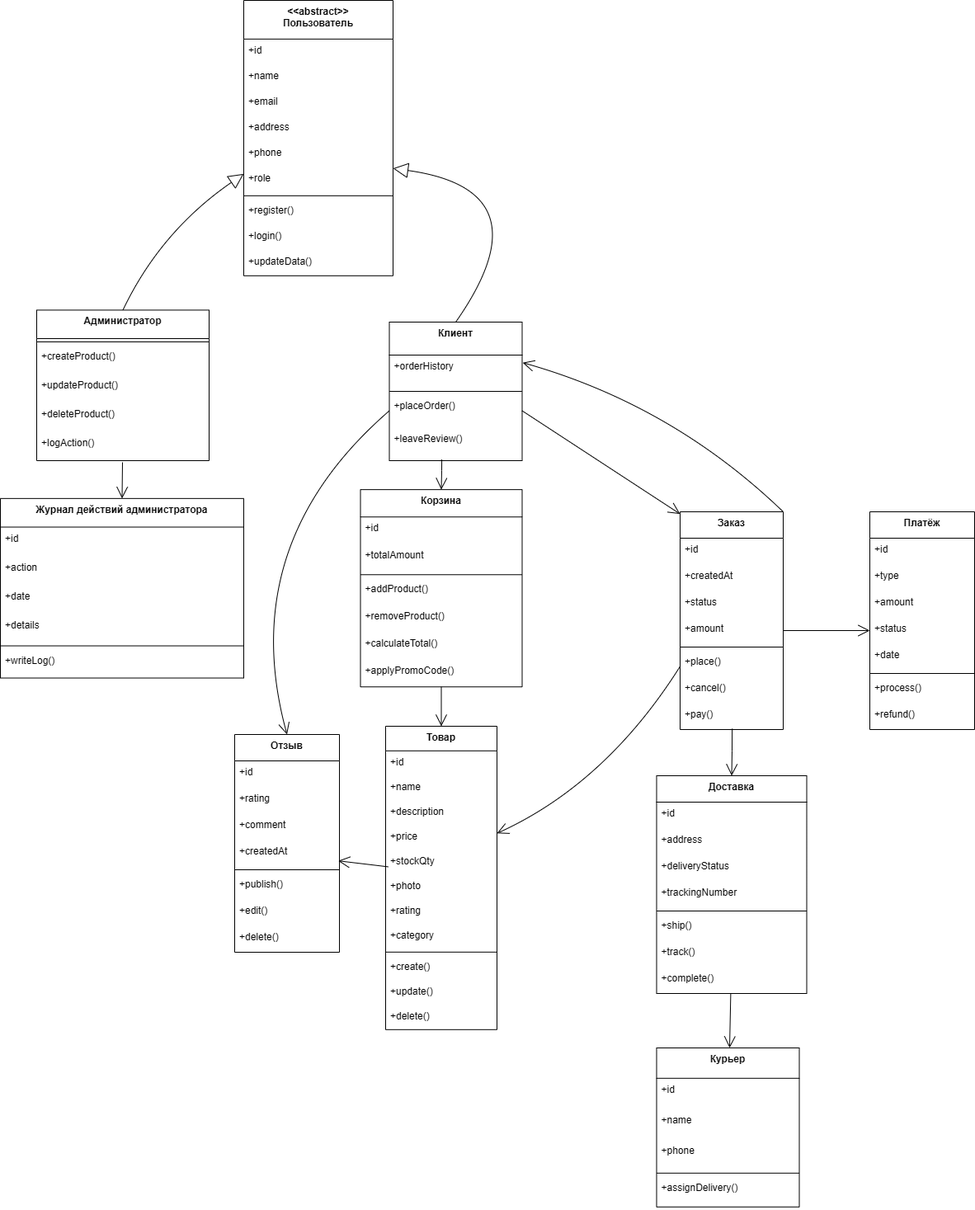
Before: Module11-homework1.drawio.png, a diagram exported from draw.io (LoadOnnik/Module11-homework). Source tidied: cells renumbered, new cells last; positions are measured from the earlier drawing's top-left corner, leaving out a move shared by most shapes.
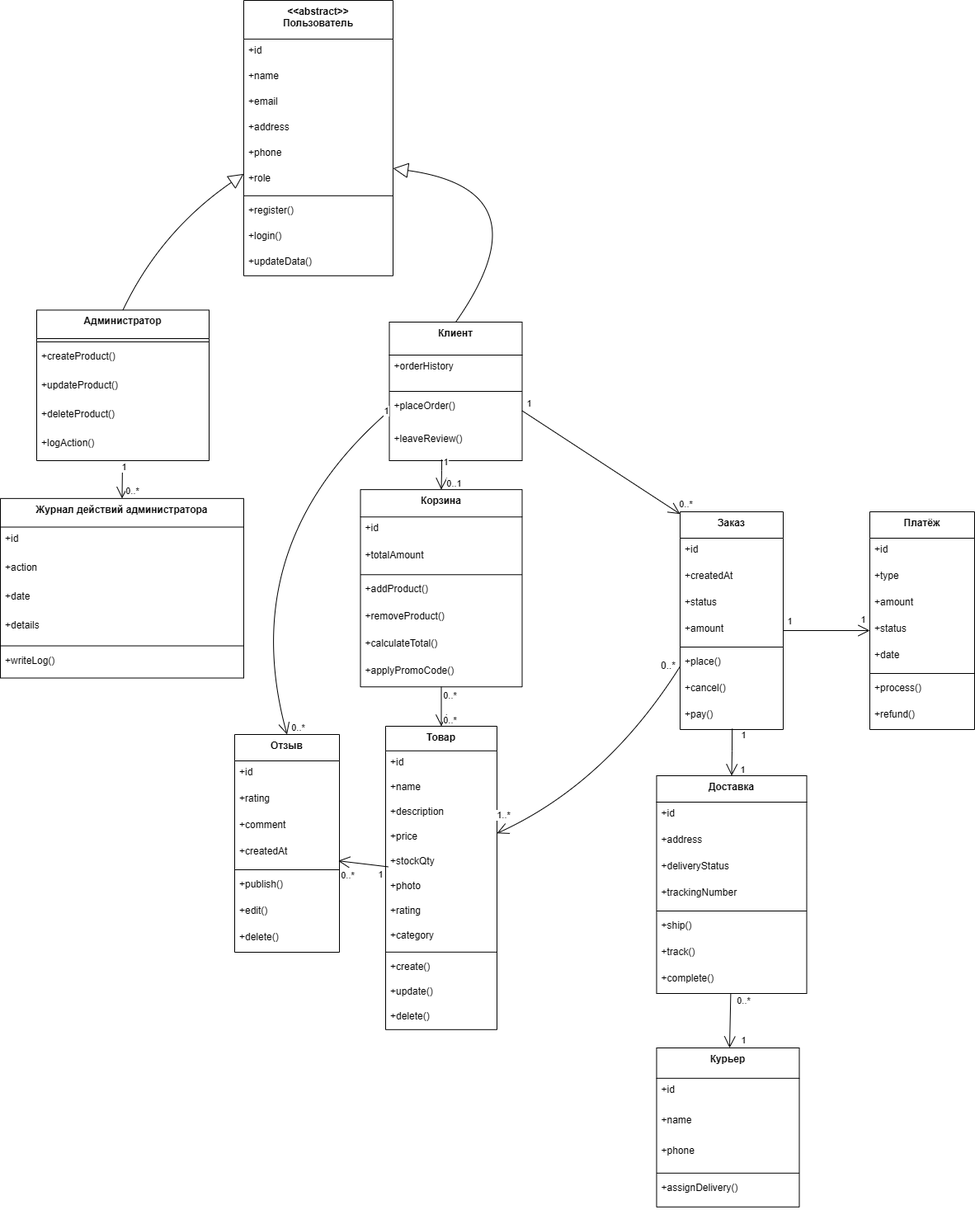
After the commit.

The edit, as a diff of the source:
```diff
@@ -295,6 +295,16 @@
     <mxCell id="96" style="curved=1;startArrow=none;endArrow=open;endSize=12;exitX=1;exitY=0.64;entryX=0;entryY=0.01;rounded=0;" parent="1" edge="1" source="13" target="45">
       <mxGeometry relative="1" as="geometry" />
     </mxCell>
+    <mxCell id="107" value="1" style="edgeLabel;html=1;align=center;verticalAlign=middle;" parent="96" vertex="1">
+      <mxGeometry x="-0.92" y="1" relative="1" as="geometry">
+        <mxPoint y="-13" as="offset" />
+      </mxGeometry>
+    </mxCell>
+    <mxCell id="108" value="0..*" style="edgeLabel;html=1;align=center;verticalAlign=middle;" parent="96" vertex="1">
+      <mxGeometry x="0.91" y="-1" relative="1" as="geometry">
+        <mxPoint x="15" y="-8" as="offset" />
+      </mxGeometry>
+    </mxCell>
     <mxCell id="97" style="curved=1;startArrow=none;endArrow=open;endSize=12;exitX=0.395;exitY=0.963;entryX=0.5;entryY=0;rounded=0;exitDx=0;exitDy=0;exitPerimeter=0;" parent="1" edge="1" source="17" target="37">
       <mxGeometry relative="1" as="geometry">
         <Array as="points">
@@ -302,6 +312,16 @@
         </Array>
       </mxGeometry>
     </mxCell>
+    <mxCell id="109" value="1" style="edgeLabel;html=1;align=center;verticalAlign=middle;" parent="97" vertex="1">
+      <mxGeometry x="-0.06" y="-1" relative="1" as="geometry">
+        <mxPoint x="6" y="-14" as="offset" />
+      </mxGeometry>
+    </mxCell>
+    <mxCell id="110" value="0..1" style="edgeLabel;html=1;align=center;verticalAlign=middle;" parent="97" vertex="1">
+      <mxGeometry x="0.58" y="1" relative="1" as="geometry">
+        <mxPoint x="14" as="offset" />
+      </mxGeometry>
+    </mxCell>
     <mxCell id="98" style="curved=1;startArrow=none;endArrow=open;endSize=12;exitX=0;exitY=0.64;entryX=0.5;entryY=0;rounded=0;entryDx=0;entryDy=0;" parent="1" edge="1" source="13" target="78">
       <mxGeometry x="0.25" y="137" relative="1" as="geometry">
         <Array as="points">
@@ -309,24 +329,45 @@
         </Array>
       </mxGeometry>
     </mxCell>
+    <mxCell id="111" value="1" style="edgeLabel;html=1;align=center;verticalAlign=middle;" parent="98" vertex="1">
+      <mxGeometry x="-0.9" y="1" relative="1" as="geometry">
+        <mxPoint x="13" y="-16" as="offset" />
+      </mxGeometry>
+    </mxCell>
+    <mxCell id="112" value="0..*" style="edgeLabel;html=1;align=center;verticalAlign=middle;" parent="98" vertex="1">
+      <mxGeometry x="0.96" y="1" relative="1" as="geometry">
+        <mxPoint x="14" as="offset" />
+      </mxGeometry>
+    </mxCell>
     <mxCell id="99" style="curved=1;startArrow=none;endArrow=open;endSize=12;rounded=0;entryX=0.5;entryY=0;entryDx=0;entryDy=0;" parent="1" edge="1" target="87">
       <mxGeometry x="-0.07" y="-20" relative="1" as="geometry">
         <mxPoint x="148" y="560" as="sourcePoint" />
       </mxGeometry>
     </mxCell>
+    <mxCell id="113" value="1" style="edgeLabel;html=1;align=center;verticalAlign=middle;" parent="99" vertex="1">
+      <mxGeometry x="-0.78" y="2" relative="1" as="geometry" />
+    </mxCell>
+    <mxCell id="114" value="0..*" style="edgeLabel;html=1;align=center;verticalAlign=middle;" parent="99" vertex="1">
+      <mxGeometry x="0.59" y="-1" relative="1" as="geometry">
+        <mxPoint x="13" as="offset" />
+      </mxGeometry>
+    </mxCell>
     <mxCell id="100" style="curved=1;startArrow=none;endArrow=open;endSize=12;exitX=0.022;exitY=0.686;entryX=0.988;entryY=0.787;rounded=0;entryDx=0;entryDy=0;exitDx=0;exitDy=0;exitPerimeter=0;entryPerimeter=0;" parent="1" edge="1" source="29" target="82">
       <mxGeometry relative="1" as="geometry" />
     </mxCell>
+    <mxCell id="115" value="1" style="edgeLabel;html=1;align=center;verticalAlign=middle;" parent="100" vertex="1">
+      <mxGeometry x="-0.5" relative="1" as="geometry">
+        <mxPoint x="5" y="11" as="offset" />
+      </mxGeometry>
+    </mxCell>
+    <mxCell id="116" value="0..*" style="edgeLabel;html=1;align=center;verticalAlign=middle;" parent="100" vertex="1">
+      <mxGeometry x="0.66" y="1" relative="1" as="geometry">
+        <mxPoint y="15" as="offset" />
+      </mxGeometry>
+    </mxCell>
     <mxCell id="101" style="curved=1;startArrow=none;endArrow=open;endSize=12;exitX=0.5;exitY=1;entryX=0.5;entryY=0;rounded=0;" parent="1" edge="1" source="37" target="24">
       <mxGeometry relative="1" as="geometry" />
     </mxCell>
-    <mxCell id="102" style="curved=1;startArrow=none;endArrow=open;endSize=12;exitX=1;exitY=0;entryX=1.004;entryY=0.23;rounded=0;entryDx=0;entryDy=0;entryPerimeter=0;exitDx=0;exitDy=0;" parent="1" edge="1" source="45" target="14">
-      <mxGeometry relative="1" as="geometry">
-        <Array as="points">
-          <mxPoint x="814" y="490" />
-        </Array>
-      </mxGeometry>
-    </mxCell>
     <mxCell id="103" style="curved=1;startArrow=none;endArrow=open;endSize=12;exitX=0;exitY=0.71;entryX=1.01;entryY=0.35;rounded=0;" parent="1" edge="1" source="45" target="24">
       <mxGeometry relative="1" as="geometry">
         <Array as="points">
@@ -334,9 +375,24 @@
         </Array>
       </mxGeometry>
     </mxCell>
+    <mxCell id="117" value="1..*" style="edgeLabel;html=1;align=center;verticalAlign=middle;" parent="103" vertex="1">
+      <mxGeometry x="0.87" y="-1" relative="1" as="geometry">
+        <mxPoint x="-10" y="-13" as="offset" />
+      </mxGeometry>
+    </mxCell>
     <mxCell id="104" style="curved=1;startArrow=none;endArrow=open;endSize=12;exitX=1;exitY=0.5;entryX=0;entryY=0.5;rounded=0;exitDx=0;exitDy=0;entryDx=0;entryDy=0;" parent="1" edge="1" source="49" target="58">
       <mxGeometry relative="1" as="geometry" />
     </mxCell>
+    <mxCell id="118" value="1" style="edgeLabel;html=1;align=center;verticalAlign=middle;" parent="104" vertex="1">
+      <mxGeometry x="-0.86" y="-2" relative="1" as="geometry">
+        <mxPoint y="-14" as="offset" />
+      </mxGeometry>
+    </mxCell>
+    <mxCell id="119" value="1" style="edgeLabel;html=1;align=center;verticalAlign=middle;" parent="104" vertex="1">
+      <mxGeometry x="0.82" y="-1" relative="1" as="geometry">
+        <mxPoint y="-15" as="offset" />
+      </mxGeometry>
+    </mxCell>
     <mxCell id="105" style="curved=1;startArrow=none;endArrow=open;endSize=12;exitX=0.505;exitY=0.967;entryX=0.5;entryY=0;rounded=0;exitDx=0;exitDy=0;exitPerimeter=0;" parent="1" edge="1" source="53" target="63">
       <mxGeometry relative="1" as="geometry">
         <Array as="points">
@@ -344,11 +400,47 @@
         </Array>
       </mxGeometry>
     </mxCell>
+    <mxCell id="120" value="1" style="edgeLabel;html=1;align=center;verticalAlign=middle;" parent="105" vertex="1">
+      <mxGeometry x="-0.28" relative="1" as="geometry">
+        <mxPoint x="13" y="-13" as="offset" />
+      </mxGeometry>
+    </mxCell>
+    <mxCell id="121" value="1" style="edgeLabel;html=1;align=center;verticalAlign=middle;" parent="105" vertex="1">
+      <mxGeometry x="0.74" y="1" relative="1" as="geometry">
+        <mxPoint x="12" as="offset" />
+      </mxGeometry>
+    </mxCell>
     <mxCell id="106" style="curved=1;startArrow=none;endArrow=open;endSize=12;exitX=0.09;exitY=1;entryX=0.5;entryY=0;rounded=0;" parent="1" edge="1">
       <mxGeometry relative="1" as="geometry">
         <mxPoint x="885.4" y="1204" as="sourcePoint" />
         <mxPoint x="884" y="1270" as="targetPoint" />
       </mxGeometry>
     </mxCell>
+    <mxCell id="122" value="1" style="edgeLabel;html=1;align=center;verticalAlign=middle;" parent="106" vertex="1">
+      <mxGeometry x="0.79" y="3" relative="1" as="geometry">
+        <mxPoint x="13" y="-3" as="offset" />
+      </mxGeometry>
+    </mxCell>
+    <mxCell id="123" value="&lt;span style=&quot;color: rgba(0, 0, 0, 0); font-family: monospace; font-size: 0px; text-align: start; background-color: rgb(27, 29, 30);&quot;&gt;%3CmxGraphModel%3E%3Croot%3E%3CmxCell%20id%3D%220%22%2F%3E%3CmxCell%20id%3D%221%22%20parent%3D%220%22%2F%3E%3CmxCell%20id%3D%222%22%20connectable%3D%220%22%20parent%3D%221%22%20style%3D%22edgeLabel%3Bhtml%3D1%3Balign%3Dcenter%3BverticalAlign%3Dmiddle%3Bresizable%3D0%3Bpoints%3D%5B%5D%3B%22%20value%3D%220%26lt%3Bspan%20style%3D%26quot%3Bbackground-color%3A%20light-dark(%23ffffff%2C%20var(--ge-dark-color%2C%20%23121212))%3B%20color%3A%20light-dark(rgb(0%2C%200%2C%200)%2C%20rgb(255%2C%20255%2C%20255))%3B%26quot%3B%26gt%3B..*%26lt%3B%2Fspan%26gt%3B%22%20vertex%3D%221%22%3E%3CmxGeometry%20x%3D%222440%22%20y%3D%223650%22%20as%3D%22geometry%22%3E%3CmxPoint%20x%3D%224%22%20y%3D%22-8%22%20as%3D%22offset%22%2F%3E%3C%2FmxGeometry%3E%3C%2FmxCell%3E%3C%2Froot%3E%3C%2FmxGraphModel%3E&lt;/span&gt;" style="edgeLabel;html=1;align=center;verticalAlign=middle;" parent="106" vertex="1">
+      <mxGeometry x="-0.75" y="1" relative="1" as="geometry" />
+    </mxCell>
+    <mxCell id="124" value="0..*" style="text;html=1;whiteSpace=wrap;strokeColor=none;fillColor=none;align=center;verticalAlign=middle;rounded=0;" parent="1" vertex="1">
+      <mxGeometry x="780" y="791.5" width="60" height="30" as="geometry" />
+    </mxCell>
+    <mxCell id="125" value="0&lt;span style=&quot;background-color: light-dark(#ffffff, var(--ge-dark-color, #121212)); color: light-dark(rgb(0, 0, 0), rgb(255, 255, 255));&quot;&gt;..*&lt;/span&gt;" style="edgeLabel;html=1;align=center;verticalAlign=middle;" parent="1" vertex="1">
+      <mxGeometry x="540" y="880" as="geometry">
+        <mxPoint x="4" y="-8" as="offset" />
+      </mxGeometry>
+    </mxCell>
+    <mxCell id="126" value="0&lt;span style=&quot;background-color: light-dark(#ffffff, var(--ge-dark-color, #121212)); color: light-dark(rgb(0, 0, 0), rgb(255, 255, 255));&quot;&gt;..*&lt;/span&gt;" style="edgeLabel;html=1;align=center;verticalAlign=middle;" parent="1" vertex="1">
+      <mxGeometry x="540" y="850" as="geometry">
+        <mxPoint x="4" y="-8" as="offset" />
+      </mxGeometry>
+    </mxCell>
+    <mxCell id="127" value="0&lt;span style=&quot;background-color: light-dark(#ffffff, var(--ge-dark-color, #121212)); color: light-dark(rgb(0, 0, 0), rgb(255, 255, 255));&quot;&gt;..*&lt;/span&gt;" style="edgeLabel;html=1;align=center;verticalAlign=middle;" parent="1" vertex="1">
+      <mxGeometry x="896" y="1220" as="geometry">
+        <mxPoint x="4" y="-8" as="offset" />
+      </mxGeometry>
+    </mxCell>
   </root>
 </mxGraphModel>
```
